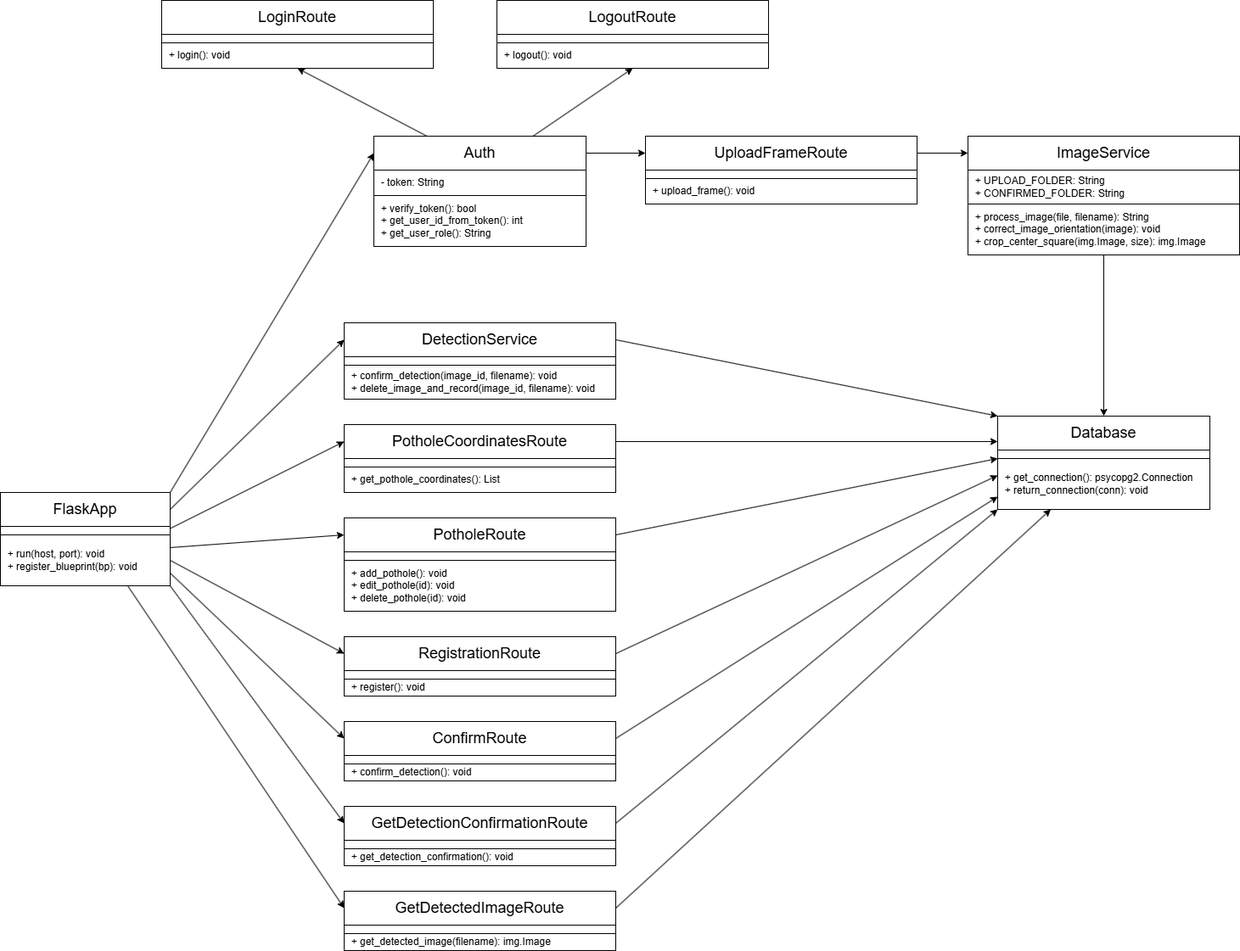
Before: documentation/server_class_diagram.drawio.png, a diagram exported from draw.io (Swintleton/pothole_server). Source tidied: cells renumbered, new cells last; positions are measured from the earlier drawing's top-left corner, leaving out a move shared by most shapes.
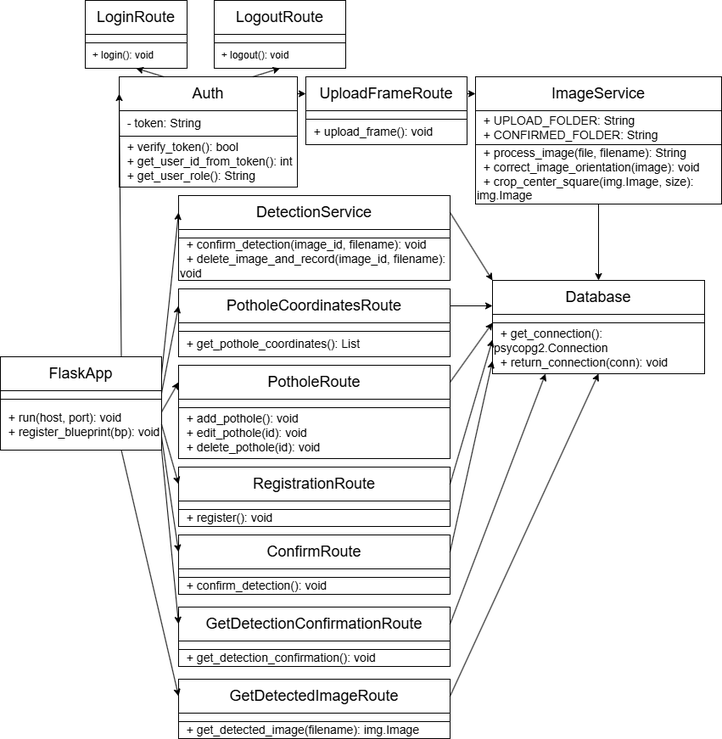
After the change.

Diff of the diagram source:
```diff
@@ -3,132 +3,132 @@
     <mxCell id="0" />
     <mxCell id="1" parent="0" />
     <mxCell id="2" value="FlaskApp" style="rounded=0;whiteSpace=wrap;html=1;fontSize=18;" parent="1" vertex="1">
-      <mxGeometry y="580" width="200" height="40" as="geometry" />
+      <mxGeometry x="300" y="580" width="190" height="40" as="geometry" />
     </mxCell>
     <mxCell id="3" style="rounded=0;whiteSpace=wrap;html=1;align=left;" parent="1" vertex="1">
-      <mxGeometry y="620" width="200" height="10" as="geometry" />
+      <mxGeometry x="300" y="620" width="190" height="10" as="geometry" />
     </mxCell>
-    <mxCell id="4" value="&amp;nbsp; + run(host, port): void&lt;br&gt;&amp;nbsp; + register_blueprint(bp): void" style="rounded=0;whiteSpace=wrap;html=1;align=left;" parent="1" vertex="1">
-      <mxGeometry y="630" width="200" height="60" as="geometry" />
+    <mxCell id="4" value="&amp;nbsp; + run(host, port): void&lt;br&gt;&amp;nbsp; + register_blueprint(bp): void" style="rounded=0;whiteSpace=wrap;html=1;align=left;fontSize=14;" parent="1" vertex="1">
+      <mxGeometry x="300" y="630" width="190" height="60" as="geometry" />
     </mxCell>
     <mxCell id="5" value="Database" style="rounded=0;whiteSpace=wrap;html=1;fontSize=18;" parent="1" vertex="1">
-      <mxGeometry x="1175" y="490" width="250" height="40" as="geometry" />
+      <mxGeometry x="880" y="490" width="250" height="40" as="geometry" />
     </mxCell>
     <mxCell id="6" style="rounded=0;whiteSpace=wrap;html=1;align=left;" parent="1" vertex="1">
-      <mxGeometry x="1175" y="530" width="250" height="10" as="geometry" />
+      <mxGeometry x="880" y="530" width="250" height="10" as="geometry" />
     </mxCell>
-    <mxCell id="7" value="&lt;div&gt;&amp;nbsp; + get_connection(): psycopg2.Connection&lt;/div&gt;&lt;div&gt;&amp;nbsp; + return_connection(conn): void&lt;/div&gt;" style="rounded=0;whiteSpace=wrap;html=1;align=left;" parent="1" vertex="1">
-      <mxGeometry x="1175" y="540" width="250" height="60" as="geometry" />
+    <mxCell id="7" value="&lt;div&gt;&amp;nbsp; + get_connection(): psycopg2.Connection&lt;/div&gt;&lt;div&gt;&amp;nbsp; + return_connection(conn): void&lt;/div&gt;" style="rounded=0;whiteSpace=wrap;html=1;align=left;fontSize=14;" parent="1" vertex="1">
+      <mxGeometry x="880" y="540" width="250" height="60" as="geometry" />
     </mxCell>
     <mxCell id="8" value="Auth" style="rounded=0;whiteSpace=wrap;html=1;fontSize=18;" parent="1" vertex="1">
-      <mxGeometry x="440" y="160" width="250" height="40" as="geometry" />
+      <mxGeometry x="440" y="250" width="210" height="40" as="geometry" />
     </mxCell>
-    <mxCell id="9" value="&lt;span style=&quot;&quot;&gt;&amp;nbsp; - token: String&lt;/span&gt;" style="rounded=0;whiteSpace=wrap;html=1;align=left;" parent="1" vertex="1">
-      <mxGeometry x="440" y="200" width="250" height="30" as="geometry" />
+    <mxCell id="9" value="&lt;span&gt;&amp;nbsp; - token: String&lt;/span&gt;" style="rounded=0;whiteSpace=wrap;html=1;align=left;fontSize=14;" parent="1" vertex="1">
+      <mxGeometry x="440" y="290" width="210" height="30" as="geometry" />
     </mxCell>
-    <mxCell id="10" value="&lt;div&gt;&lt;span style=&quot;background-color: initial;&quot;&gt;&amp;nbsp; + verify_token(): bool&lt;/span&gt;&lt;/div&gt;&lt;div&gt;&amp;nbsp; + get_user_id_from_token(): int&lt;/div&gt;&lt;div&gt;&amp;nbsp; + get_user_role(): String&lt;/div&gt;" style="rounded=0;whiteSpace=wrap;html=1;align=left;" parent="1" vertex="1">
-      <mxGeometry x="440" y="230" width="250" height="60" as="geometry" />
+    <mxCell id="10" value="&lt;div&gt;&lt;span style=&quot;background-color: initial;&quot;&gt;&amp;nbsp; + verify_token(): bool&lt;/span&gt;&lt;/div&gt;&lt;div&gt;&amp;nbsp; + get_user_id_from_token(): int&lt;/div&gt;&lt;div&gt;&amp;nbsp; + get_user_role(): String&lt;/div&gt;" style="rounded=0;whiteSpace=wrap;html=1;align=left;fontSize=14;" parent="1" vertex="1">
+      <mxGeometry x="440" y="320" width="210" height="60" as="geometry" />
     </mxCell>
     <mxCell id="11" value="DetectionService" style="rounded=0;whiteSpace=wrap;html=1;fontSize=18;" parent="1" vertex="1">
-      <mxGeometry x="405" y="380" width="320" height="40" as="geometry" />
+      <mxGeometry x="510" y="390" width="320" height="40" as="geometry" />
     </mxCell>
     <mxCell id="12" style="rounded=0;whiteSpace=wrap;html=1;align=left;" parent="1" vertex="1">
-      <mxGeometry x="405" y="420" width="320" height="10" as="geometry" />
+      <mxGeometry x="510" y="430" width="320" height="10" as="geometry" />
     </mxCell>
-    <mxCell id="13" value="&lt;div&gt;&amp;nbsp; + confirm_detection(image_id, filename): void&lt;/div&gt;&lt;div&gt;&amp;nbsp; + delete_image_and_record(image_id, filename): void&lt;/div&gt;" style="rounded=0;whiteSpace=wrap;html=1;align=left;" parent="1" vertex="1">
-      <mxGeometry x="405" y="430" width="320" height="40" as="geometry" />
+    <mxCell id="13" value="&lt;div&gt;&amp;nbsp; + confirm_detection(image_id, filename): void&lt;/div&gt;&lt;div&gt;&amp;nbsp; + delete_image_and_record(image_id, filename): void&lt;/div&gt;" style="rounded=0;whiteSpace=wrap;html=1;align=left;fontSize=14;" parent="1" vertex="1">
+      <mxGeometry x="510" y="440" width="320" height="50" as="geometry" />
     </mxCell>
     <mxCell id="14" value="ImageService" style="rounded=0;whiteSpace=wrap;html=1;fontSize=18;" parent="1" vertex="1">
-      <mxGeometry x="1140" y="160" width="320" height="40" as="geometry" />
+      <mxGeometry x="860" y="250" width="290" height="40" as="geometry" />
     </mxCell>
-    <mxCell id="15" value="&lt;div&gt;&amp;nbsp; + UPLOAD_FOLDER: String&lt;/div&gt;&lt;div&gt;&amp;nbsp; + CONFIRMED_FOLDER: String&lt;/div&gt;" style="rounded=0;whiteSpace=wrap;html=1;align=left;" parent="1" vertex="1">
-      <mxGeometry x="1140" y="200" width="320" height="40" as="geometry" />
+    <mxCell id="15" value="&lt;div&gt;&amp;nbsp; + UPLOAD_FOLDER: String&lt;/div&gt;&lt;div&gt;&amp;nbsp; + CONFIRMED_FOLDER: String&lt;/div&gt;" style="rounded=0;whiteSpace=wrap;html=1;align=left;fontSize=14;" parent="1" vertex="1">
+      <mxGeometry x="860" y="290" width="290" height="40" as="geometry" />
     </mxCell>
-    <mxCell id="16" value="&lt;div&gt;&amp;nbsp; + process_image(file, filename): String&lt;/div&gt;&lt;div&gt;&amp;nbsp; + correct_image_orientation(image): void&lt;/div&gt;&lt;div&gt;&amp;nbsp; + crop_center_square(img.Image, size): img.Image&lt;/div&gt;" style="rounded=0;whiteSpace=wrap;html=1;align=left;" parent="1" vertex="1">
-      <mxGeometry x="1140" y="240" width="320" height="60" as="geometry" />
+    <mxCell id="16" value="&lt;div&gt;&amp;nbsp; + process_image(file, filename): String&lt;/div&gt;&lt;div&gt;&amp;nbsp; + correct_image_orientation(image): void&lt;/div&gt;&lt;div&gt;&amp;nbsp; + crop_center_square(img.Image, size): img.Image&lt;/div&gt;" style="rounded=0;whiteSpace=wrap;html=1;align=left;fontSize=14;" parent="1" vertex="1">
+      <mxGeometry x="860" y="330" width="290" height="70" as="geometry" />
     </mxCell>
     <mxCell id="17" value="UploadFrameRoute" style="rounded=0;whiteSpace=wrap;html=1;fontSize=18;" parent="1" vertex="1">
-      <mxGeometry x="760" y="160" width="320" height="40" as="geometry" />
+      <mxGeometry x="660" y="250" width="190" height="40" as="geometry" />
     </mxCell>
     <mxCell id="18" style="rounded=0;whiteSpace=wrap;html=1;align=left;" parent="1" vertex="1">
-      <mxGeometry x="760" y="200" width="320" height="10" as="geometry" />
+      <mxGeometry x="660" y="290" width="190" height="10" as="geometry" />
     </mxCell>
-    <mxCell id="19" value="&amp;nbsp; + upload_frame(): void" style="rounded=0;whiteSpace=wrap;html=1;align=left;" parent="1" vertex="1">
-      <mxGeometry x="760" y="210" width="320" height="30" as="geometry" />
+    <mxCell id="19" value="&amp;nbsp; + upload_frame(): void" style="rounded=0;whiteSpace=wrap;html=1;align=left;fontSize=14;" parent="1" vertex="1">
+      <mxGeometry x="660" y="300" width="190" height="30" as="geometry" />
     </mxCell>
     <mxCell id="20" value="LoginRoute" style="rounded=0;whiteSpace=wrap;html=1;fontSize=18;" parent="1" vertex="1">
-      <mxGeometry x="190" width="320" height="40" as="geometry" />
+      <mxGeometry x="400" y="160" width="120" height="40" as="geometry" />
     </mxCell>
     <mxCell id="21" style="rounded=0;whiteSpace=wrap;html=1;align=left;" parent="1" vertex="1">
-      <mxGeometry x="190" y="40" width="320" height="10" as="geometry" />
+      <mxGeometry x="400" y="200" width="120" height="10" as="geometry" />
     </mxCell>
     <mxCell id="22" value="&amp;nbsp; + login(): void" style="rounded=0;whiteSpace=wrap;html=1;align=left;" parent="1" vertex="1">
-      <mxGeometry x="190" y="50" width="320" height="30" as="geometry" />
+      <mxGeometry x="400" y="210" width="120" height="30" as="geometry" />
     </mxCell>
     <mxCell id="23" value="LogoutRoute" style="rounded=0;whiteSpace=wrap;html=1;fontSize=18;" parent="1" vertex="1">
-      <mxGeometry x="585" width="320" height="40" as="geometry" />
+      <mxGeometry x="552" y="160" width="155" height="40" as="geometry" />
     </mxCell>
     <mxCell id="24" style="rounded=0;whiteSpace=wrap;html=1;align=left;" parent="1" vertex="1">
-      <mxGeometry x="585" y="40" width="320" height="10" as="geometry" />
+      <mxGeometry x="552" y="200" width="155" height="10" as="geometry" />
     </mxCell>
     <mxCell id="25" value="&amp;nbsp; + logout(): void" style="rounded=0;whiteSpace=wrap;html=1;align=left;" parent="1" vertex="1">
-      <mxGeometry x="585" y="50" width="320" height="30" as="geometry" />
+      <mxGeometry x="552" y="210" width="155" height="30" as="geometry" />
     </mxCell>
     <mxCell id="26" value="PotholeCoordinatesRoute" style="rounded=0;whiteSpace=wrap;html=1;fontSize=18;" parent="1" vertex="1">
-      <mxGeometry x="405" y="500" width="320" height="40" as="geometry" />
+      <mxGeometry x="510" y="500" width="320" height="40" as="geometry" />
     </mxCell>
     <mxCell id="27" style="rounded=0;whiteSpace=wrap;html=1;align=left;" parent="1" vertex="1">
-      <mxGeometry x="405" y="540" width="320" height="10" as="geometry" />
+      <mxGeometry x="510" y="540" width="320" height="10" as="geometry" />
     </mxCell>
-    <mxCell id="28" value="&amp;nbsp; + get_pothole_coordinates(): List" style="rounded=0;whiteSpace=wrap;html=1;align=left;" parent="1" vertex="1">
-      <mxGeometry x="405" y="550" width="320" height="30" as="geometry" />
+    <mxCell id="28" value="&amp;nbsp; + get_pothole_coordinates(): List" style="rounded=0;whiteSpace=wrap;html=1;align=left;fontSize=14;" parent="1" vertex="1">
+      <mxGeometry x="510" y="550" width="320" height="30" as="geometry" />
     </mxCell>
     <mxCell id="29" value="PotholeRoute" style="rounded=0;whiteSpace=wrap;html=1;fontSize=18;" parent="1" vertex="1">
-      <mxGeometry x="405" y="610" width="320" height="40" as="geometry" />
+      <mxGeometry x="510" y="590" width="320" height="40" as="geometry" />
     </mxCell>
     <mxCell id="30" style="rounded=0;whiteSpace=wrap;html=1;align=left;" parent="1" vertex="1">
-      <mxGeometry x="405" y="650" width="320" height="10" as="geometry" />
+      <mxGeometry x="510" y="630" width="320" height="10" as="geometry" />
     </mxCell>
-    <mxCell id="31" value="&lt;div&gt;&amp;nbsp; + add_pothole(): void&lt;/div&gt;&lt;div&gt;&amp;nbsp; + edit_pothole(id): void&lt;/div&gt;&lt;div&gt;&amp;nbsp; + delete_pothole(id): void&lt;/div&gt;" style="rounded=0;whiteSpace=wrap;html=1;align=left;" parent="1" vertex="1">
-      <mxGeometry x="405" y="660" width="320" height="60" as="geometry" />
+    <mxCell id="31" value="&lt;div&gt;&amp;nbsp; + add_pothole(): void&lt;/div&gt;&lt;div&gt;&amp;nbsp; + edit_pothole(id): void&lt;/div&gt;&lt;div&gt;&amp;nbsp; + delete_pothole(id): void&lt;/div&gt;" style="rounded=0;whiteSpace=wrap;html=1;align=left;fontSize=14;" parent="1" vertex="1">
+      <mxGeometry x="510" y="640" width="320" height="60" as="geometry" />
     </mxCell>
     <mxCell id="32" value="RegistrationRoute" style="rounded=0;whiteSpace=wrap;html=1;fontSize=18;" parent="1" vertex="1">
-      <mxGeometry x="405" y="750" width="320" height="40" as="geometry" />
+      <mxGeometry x="510" y="710" width="320" height="40" as="geometry" />
     </mxCell>
     <mxCell id="33" style="rounded=0;whiteSpace=wrap;html=1;align=left;" parent="1" vertex="1">
-      <mxGeometry x="405" y="790" width="320" height="10" as="geometry" />
+      <mxGeometry x="510" y="750" width="320" height="10" as="geometry" />
     </mxCell>
-    <mxCell id="34" value="&amp;nbsp; + register(): void" style="rounded=0;whiteSpace=wrap;html=1;align=left;" parent="1" vertex="1">
-      <mxGeometry x="405" y="800" width="320" height="20" as="geometry" />
+    <mxCell id="34" value="&amp;nbsp; + register(): void" style="rounded=0;whiteSpace=wrap;html=1;align=left;fontSize=14;" parent="1" vertex="1">
+      <mxGeometry x="510" y="760" width="320" height="20" as="geometry" />
     </mxCell>
     <mxCell id="35" value="ConfirmRoute" style="rounded=0;whiteSpace=wrap;html=1;fontSize=18;" parent="1" vertex="1">
-      <mxGeometry x="405" y="850" width="320" height="40" as="geometry" />
+      <mxGeometry x="510" y="790" width="320" height="40" as="geometry" />
     </mxCell>
     <mxCell id="36" style="rounded=0;whiteSpace=wrap;html=1;align=left;" parent="1" vertex="1">
-      <mxGeometry x="405" y="890" width="320" height="10" as="geometry" />
+      <mxGeometry x="510" y="830" width="320" height="10" as="geometry" />
     </mxCell>
-    <mxCell id="37" value="&amp;nbsp; + confirm_detection(): void" style="rounded=0;whiteSpace=wrap;html=1;align=left;" parent="1" vertex="1">
-      <mxGeometry x="405" y="900" width="320" height="20" as="geometry" />
+    <mxCell id="37" value="&amp;nbsp; + confirm_detection(): void" style="rounded=0;whiteSpace=wrap;html=1;align=left;fontSize=14;" parent="1" vertex="1">
+      <mxGeometry x="510" y="840" width="320" height="20" as="geometry" />
     </mxCell>
     <mxCell id="38" value="GetDetectionConfirmationRoute" style="rounded=0;whiteSpace=wrap;html=1;fontSize=18;" parent="1" vertex="1">
-      <mxGeometry x="405" y="950" width="320" height="40" as="geometry" />
+      <mxGeometry x="510" y="875" width="320" height="40" as="geometry" />
     </mxCell>
     <mxCell id="39" style="rounded=0;whiteSpace=wrap;html=1;align=left;" parent="1" vertex="1">
-      <mxGeometry x="405" y="990" width="320" height="10" as="geometry" />
+      <mxGeometry x="510" y="915" width="320" height="10" as="geometry" />
     </mxCell>
-    <mxCell id="40" value="&amp;nbsp; + get_detection_confirmation(): void" style="rounded=0;whiteSpace=wrap;html=1;align=left;" parent="1" vertex="1">
-      <mxGeometry x="405" y="1000" width="320" height="20" as="geometry" />
+    <mxCell id="40" value="&amp;nbsp; + get_detection_confirmation(): void" style="rounded=0;whiteSpace=wrap;html=1;align=left;fontSize=14;" parent="1" vertex="1">
+      <mxGeometry x="510" y="925" width="320" height="20" as="geometry" />
     </mxCell>
     <mxCell id="41" value="GetDetectedImageRoute" style="rounded=0;whiteSpace=wrap;html=1;fontSize=18;" parent="1" vertex="1">
-      <mxGeometry x="405" y="1050" width="320" height="40" as="geometry" />
+      <mxGeometry x="510" y="960" width="320" height="40" as="geometry" />
     </mxCell>
     <mxCell id="42" style="rounded=0;whiteSpace=wrap;html=1;align=left;" parent="1" vertex="1">
-      <mxGeometry x="405" y="1090" width="320" height="10" as="geometry" />
+      <mxGeometry x="510" y="1000" width="320" height="10" as="geometry" />
     </mxCell>
-    <mxCell id="43" value="&amp;nbsp; + get_detected_image(filename): img.Image" style="rounded=0;whiteSpace=wrap;html=1;align=left;" parent="1" vertex="1">
-      <mxGeometry x="405" y="1100" width="320" height="20" as="geometry" />
+    <mxCell id="43" value="&amp;nbsp; + get_detected_image(filename): img.Image" style="rounded=0;whiteSpace=wrap;html=1;align=left;fontSize=14;" parent="1" vertex="1">
+      <mxGeometry x="510" y="1010" width="320" height="20" as="geometry" />
     </mxCell>
-    <mxCell id="44" style="endArrow=classic;html=1;rounded=0;entryX=0;entryY=0.5;entryDx=0;entryDy=0;exitX=1;exitY=0;exitDx=0;exitDy=0;" parent="1" edge="1" source="2" target="8">
+    <mxCell id="44" style="endArrow=classic;html=1;rounded=0;entryX=0;entryY=0.5;entryDx=0;entryDy=0;exitX=0.75;exitY=0;exitDx=0;exitDy=0;" parent="1" edge="1" source="2" target="8">
       <mxGeometry relative="1" as="geometry" />
     </mxCell>
     <mxCell id="45" style="endArrow=classic;html=1;rounded=0;entryX=0.5;entryY=1;entryDx=0;entryDy=0;exitX=0.25;exitY=0;exitDx=0;exitDy=0;" parent="1" edge="1" source="8" target="22">
@@ -179,13 +179,13 @@
     <mxCell id="60" style="endArrow=classic;html=1;rounded=0;entryX=0;entryY=0.5;entryDx=0;entryDy=0;exitX=1;exitY=1;exitDx=0;exitDy=0;" parent="1" edge="1" source="4" target="38">
       <mxGeometry relative="1" as="geometry" />
     </mxCell>
-    <mxCell id="61" style="endArrow=classic;html=1;rounded=0;entryX=0;entryY=1;entryDx=0;entryDy=0;exitX=1;exitY=0.5;exitDx=0;exitDy=0;" parent="1" edge="1" source="38" target="7">
+    <mxCell id="61" style="endArrow=classic;html=1;rounded=0;entryX=0.25;entryY=1;entryDx=0;entryDy=0;exitX=1;exitY=0.5;exitDx=0;exitDy=0;" parent="1" edge="1" source="38" target="7">
       <mxGeometry relative="1" as="geometry" />
     </mxCell>
     <mxCell id="62" style="endArrow=classic;html=1;rounded=0;entryX=0;entryY=0.5;entryDx=0;entryDy=0;exitX=0.75;exitY=1;exitDx=0;exitDy=0;" parent="1" edge="1" source="4" target="41">
       <mxGeometry relative="1" as="geometry" />
     </mxCell>
-    <mxCell id="63" style="endArrow=classic;html=1;rounded=0;entryX=0.25;entryY=1;entryDx=0;entryDy=0;exitX=1;exitY=0.5;exitDx=0;exitDy=0;" parent="1" edge="1" source="41" target="7">
+    <mxCell id="63" style="endArrow=classic;html=1;rounded=0;entryX=0.5;entryY=1;entryDx=0;entryDy=0;exitX=1;exitY=0.5;exitDx=0;exitDy=0;" parent="1" edge="1" source="41" target="7">
       <mxGeometry relative="1" as="geometry" />
     </mxCell>
   </root>
```
